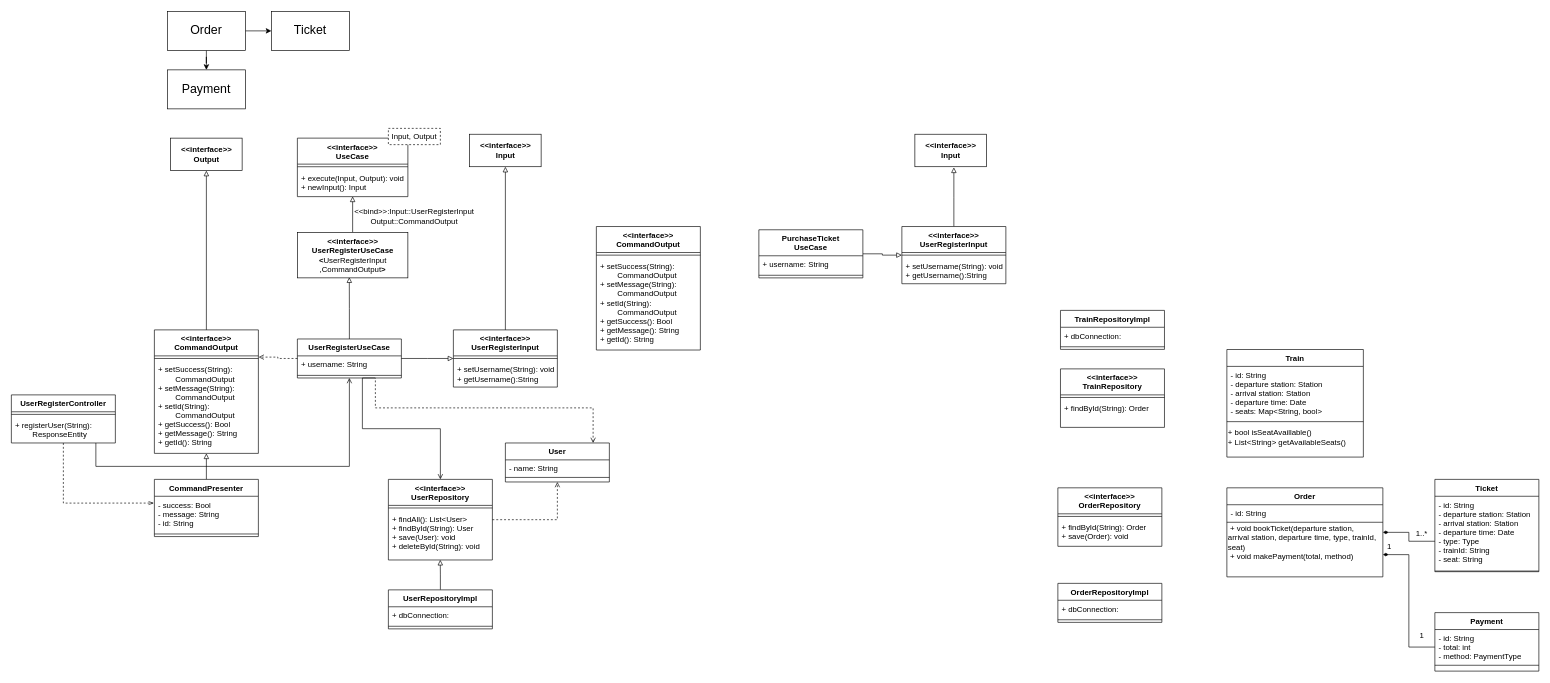
Above: class Diagram.drawio in HF-Cheng/test (draw.io), before the change. Source tidied: cells renumbered, new cells numbered last; positions are measured from the earlier drawing's top-left corner, leaving out a move shared by most shapes. Both pictures are drawn from the tidied source at 65%, with x=0, y=0 at pixel (11, 11).
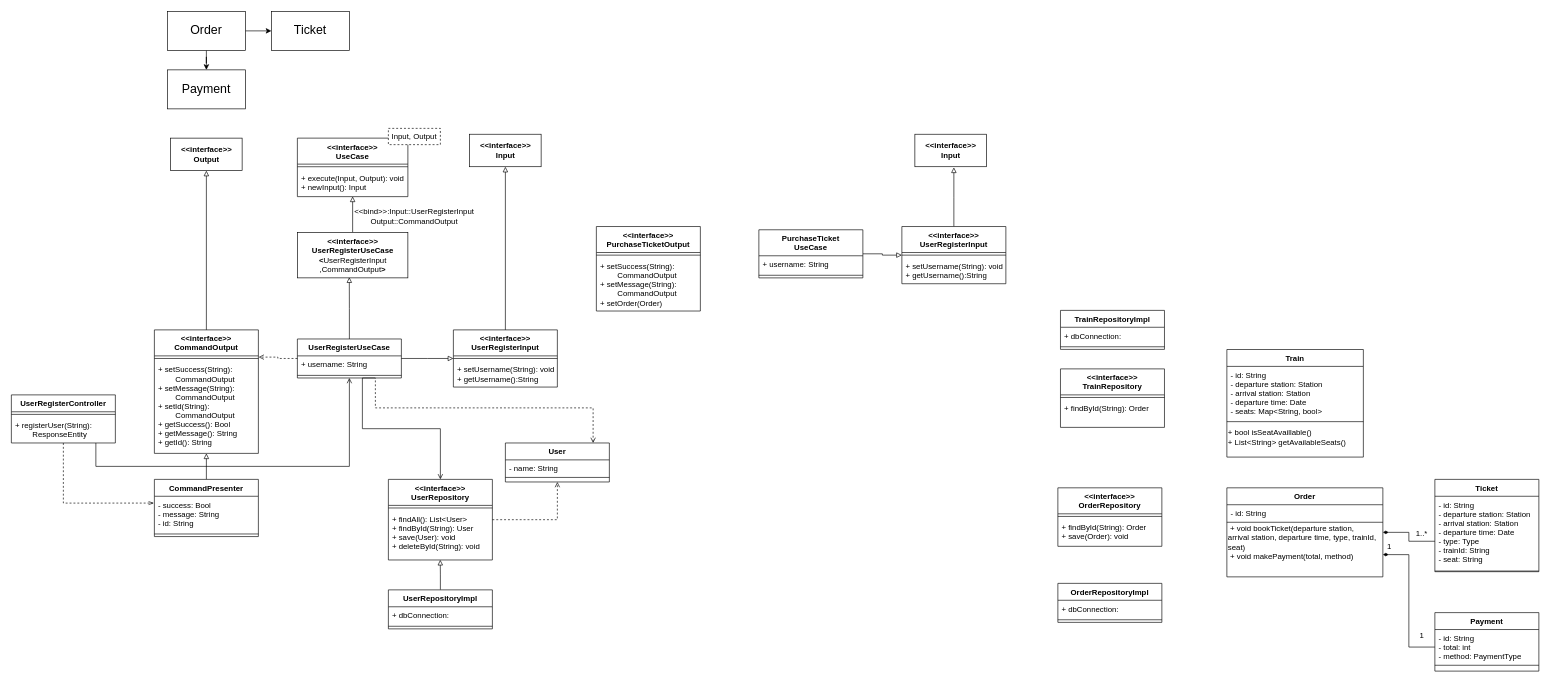
Above is the later version.

The edit, as a diff of the source:
```diff
@@
-    <mxCell id="92" value="&lt;&lt;interface&gt;&gt;&#10;CommandOutput" style="swimlane;fontStyle=1;align=center;verticalAlign=top;horizontal=1;startSize=40;" parent="1" vertex="1">
-      <mxGeometry x="900" y="331" width="160" height="190" as="geometry" />
+    <mxCell id="92" value="&lt;&lt;interface&gt;&gt;&#10;PurchaseTicketOutput" style="swimlane;fontStyle=1;align=center;verticalAlign=top;horizontal=1;startSize=40;" parent="1" vertex="1">
+      <mxGeometry x="900" y="331" width="160" height="130" as="geometry" />
     </mxCell>
@@
-    <mxCell id="94" value="+ setSuccess(String):&#10;        CommandOutput&#10;+ setMessage(String):&#10;        CommandOutput&#10;+ setId(String):&#10;        CommandOutput&#10;+ getSuccess(): Bool&#10;+ getMessage(): String&#10;+ getId(): String" style="text;strokeColor=none;fillColor=none;align=left;verticalAlign=top;spacingLeft=4;spacingRight=4;overflow=hidden;" parent="92" vertex="1">
-      <mxGeometry y="48" width="160" height="142" as="geometry" />
+    <mxCell id="94" value="+ setSuccess(String):&#10;        CommandOutput&#10;+ setMessage(String):&#10;        CommandOutput&#10;+ setOrder(Order)" style="text;strokeColor=none;fillColor=none;align=left;verticalAlign=top;spacingLeft=4;spacingRight=4;overflow=hidden;" parent="92" vertex="1">
+      <mxGeometry y="48" width="160" height="82" as="geometry" />
     </mxCell>
```
